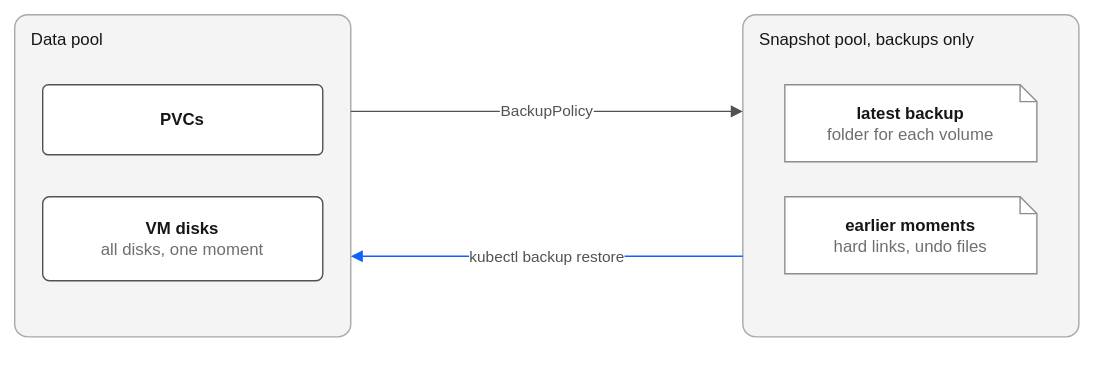
This is docs/images/backup-recovery-snapshot-pool.drawio.svg from neil1taylor/ibm-vpc-file-pool-csi, a draw.io export, as it was before one commit. Source tidied: cells renumbered, new cells last; positions are measured from the earlier drawing's top-left corner, leaving out a move shared by most shapes.
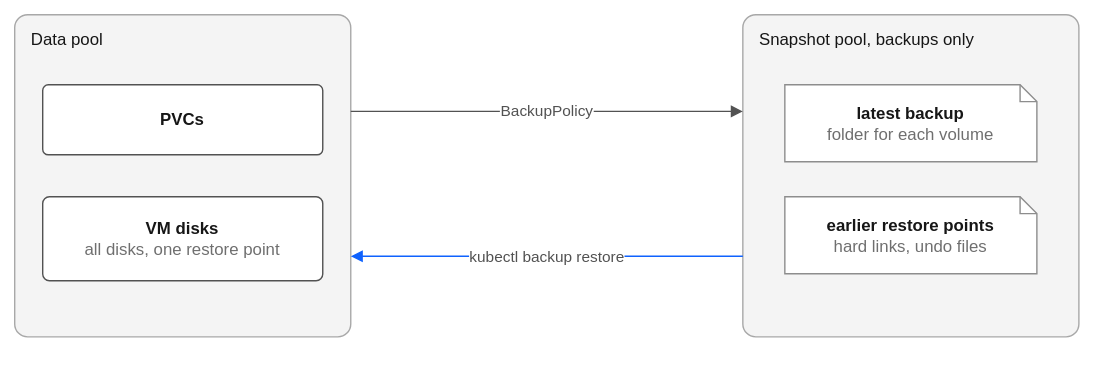
Later version of the same file.

The edit, as a diff of the source:
```diff
@@ -8,7 +8,7 @@
     <mxCell id="3" value="&lt;b&gt;PVCs&lt;/b&gt;" style="rounded=1;arcSize=8;whiteSpace=wrap;html=1;fillColor=#ffffff;strokeColor=#525252;fontFamily=Helvetica;fontSize=12;fontColor=#161616;" parent="1" vertex="1">
       <mxGeometry x="20" y="50" width="200" height="50" as="geometry" />
     </mxCell>
-    <mxCell id="4" value="&lt;b&gt;VM disks&lt;/b&gt;&lt;br&gt;&lt;font color=&quot;#6f6f6f&quot;&gt;all disks, one moment&lt;/font&gt;" style="rounded=1;arcSize=8;whiteSpace=wrap;html=1;fillColor=#ffffff;strokeColor=#525252;fontFamily=Helvetica;fontSize=12;fontColor=#161616;" parent="1" vertex="1">
+    <mxCell id="4" value="&lt;b&gt;VM disks&lt;/b&gt;&lt;br&gt;&lt;font color=&quot;#6f6f6f&quot;&gt;all disks, one restore point&lt;/font&gt;" style="rounded=1;arcSize=8;whiteSpace=wrap;html=1;fillColor=#ffffff;strokeColor=#525252;fontFamily=Helvetica;fontSize=12;fontColor=#161616;" parent="1" vertex="1">
       <mxGeometry x="20" y="130" width="200" height="60" as="geometry" />
     </mxCell>
     <mxCell id="5" value="Snapshot pool, backups only" style="rounded=1;arcSize=4;whiteSpace=wrap;html=1;fillColor=#f4f4f4;strokeColor=#a8a8a8;verticalAlign=top;align=left;spacingLeft=10;spacingTop=4;fontFamily=Helvetica;fontSize=12;fontColor=#161616;" parent="1" vertex="1">
@@ -17,7 +17,7 @@
     <mxCell id="6" value="&lt;b&gt;latest backup&lt;/b&gt;&lt;br&gt;&lt;font color=&quot;#6f6f6f&quot;&gt;folder for each volume&lt;/font&gt;" style="shape=note;size=12;whiteSpace=wrap;html=1;fillColor=#ffffff;strokeColor=#8d8d8d;fontFamily=Helvetica;fontSize=12;fontColor=#161616;" parent="1" vertex="1">
       <mxGeometry x="550" y="50" width="180" height="55" as="geometry" />
     </mxCell>
-    <mxCell id="7" value="&lt;b&gt;earlier moments&lt;/b&gt;&lt;br&gt;&lt;font color=&quot;#6f6f6f&quot;&gt;hard links, undo files&lt;/font&gt;" style="shape=note;size=12;whiteSpace=wrap;html=1;fillColor=#ffffff;strokeColor=#8d8d8d;fontFamily=Helvetica;fontSize=12;fontColor=#161616;" parent="1" vertex="1">
+    <mxCell id="7" value="&lt;b&gt;earlier restore points&lt;/b&gt;&lt;br&gt;&lt;font color=&quot;#6f6f6f&quot;&gt;hard links, undo files&lt;/font&gt;" style="shape=note;size=12;whiteSpace=wrap;html=1;fillColor=#ffffff;strokeColor=#8d8d8d;fontFamily=Helvetica;fontSize=12;fontColor=#161616;" parent="1" vertex="1">
       <mxGeometry x="550" y="130" width="180" height="55" as="geometry" />
     </mxCell>
     <mxCell id="8" value="BackupPolicy" style="endArrow=block;endFill=1;html=1;strokeColor=#525252;fontFamily=Helvetica;fontSize=11;fontColor=#525252;labelBackgroundColor=#ffffff;exitX=1;exitY=0.3;entryX=0;entryY=0.3;exitDx=0;exitDy=0;entryDx=0;entryDy=0;" parent="1" edge="1" source="2" target="5">
```
